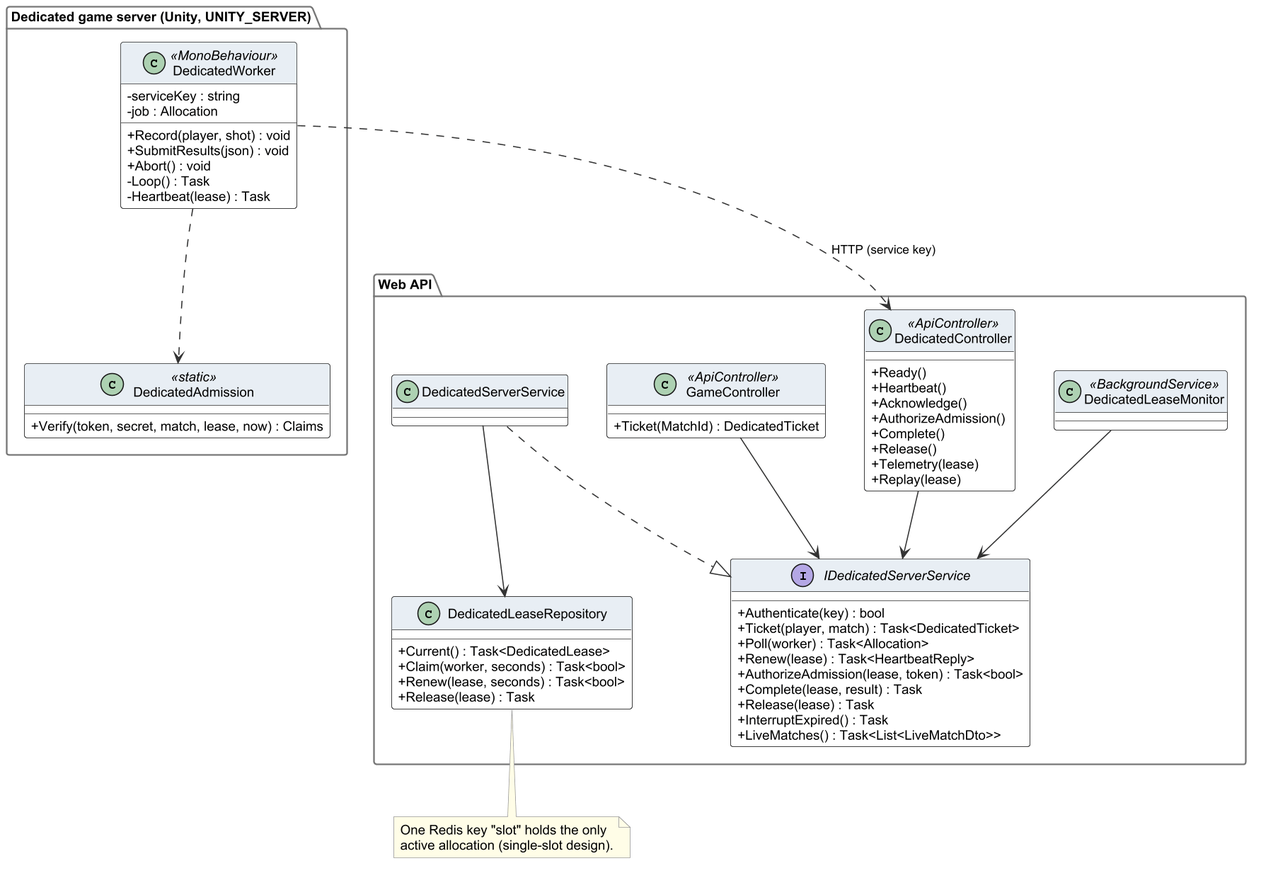
This is Doc/Project_report/Report/diagrams/png/r4_cls_dedicated.png from Tad-Min/PickleVerse, a PlantUML export, as it was before one commit. The source it was exported from:
```plantuml
@startuml r4_cls_dedicated
!include _style.iuml
skinparam classAttributeIconSize 0
package "Dedicated game server (Unity, UNITY_SERVER)" {
  class DedicatedWorker <<MonoBehaviour>> {
    - serviceKey : string
    - job : Allocation
    + Record(player, shot) : void
    + SubmitResults(json) : void
    + Abort() : void
    - Loop() : Task
    - Heartbeat(lease) : Task
  }
  class DedicatedAdmission <<static>> {
    + Verify(token, secret, match, lease, now) : Claims
  }
}
package "Web API" {
  class DedicatedController <<ApiController>> {
    + Ready()
    + Heartbeat()
    + Acknowledge()
    + AuthorizeAdmission()
    + Complete()
    + Release()
    + Telemetry(lease)
    + Replay(lease)
  }
  class GameController <<ApiController>> {
    + Ticket(MatchId) : DedicatedTicket
  }
  interface IDedicatedServerService {
    + Authenticate(key) : bool
    + Ticket(player, match) : Task<DedicatedTicket>
    + Poll(worker) : Task<Allocation>
    + Renew(lease) : Task<HeartbeatReply>
    + AuthorizeAdmission(lease, token) : Task<bool>
    + Complete(lease, result) : Task
    + Release(lease) : Task
    + InterruptExpired() : Task
    + LiveMatches() : Task<List<LiveMatchDto>>
  }
  class DedicatedServerService
  class DedicatedLeaseRepository {
    + Current() : Task<DedicatedLease>
    + Claim(worker, seconds) : Task<bool>
    + Renew(lease, seconds) : Task<bool>
    + Release(lease) : Task
  }
  class DedicatedLeaseMonitor <<BackgroundService>>
}
DedicatedWorker ..> DedicatedController : HTTP (service key)
DedicatedWorker ..> DedicatedAdmission
GameController --> IDedicatedServerService
DedicatedController --> IDedicatedServerService
DedicatedServerService ..|> IDedicatedServerService
DedicatedServerService --> DedicatedLeaseRepository
DedicatedLeaseMonitor --> IDedicatedServerService
note bottom of DedicatedLeaseRepository : One Redis key "slot" holds the only\nactive allocation (single-slot design).
@enduml
```
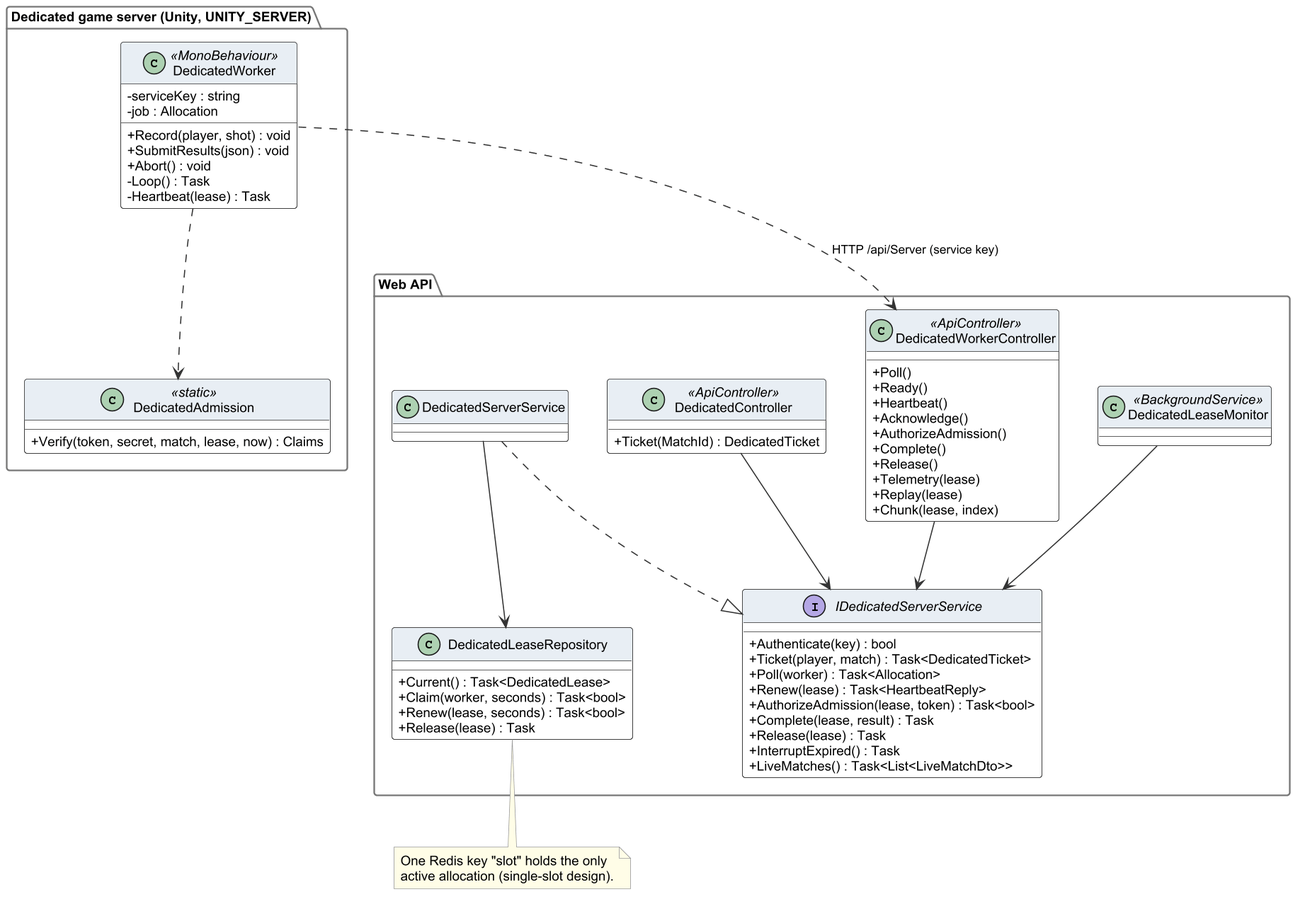
Later version of the same file.

The edit, as a diff of the source:
```diff
@@ -16,7 +16,8 @@
   }
 }
 package "Web API" {
-  class DedicatedController <<ApiController>> {
+  class DedicatedWorkerController <<ApiController>> {
+    + Poll()
     + Ready()
     + Heartbeat()
     + Acknowledge()
@@ -25,8 +26,9 @@
     + Release()
     + Telemetry(lease)
     + Replay(lease)
+    + Chunk(lease, index)
   }
-  class GameController <<ApiController>> {
+  class DedicatedController <<ApiController>> {
     + Ticket(MatchId) : DedicatedTicket
   }
   interface IDedicatedServerService {
@@ -49,10 +51,10 @@
   }
   class DedicatedLeaseMonitor <<BackgroundService>>
 }
-DedicatedWorker ..> DedicatedController : HTTP (service key)
+DedicatedWorker ..> DedicatedWorkerController : HTTP /api/Server (service key)
 DedicatedWorker ..> DedicatedAdmission
-GameController --> IDedicatedServerService
 DedicatedController --> IDedicatedServerService
+DedicatedWorkerController --> IDedicatedServerService
 DedicatedServerService ..|> IDedicatedServerService
 DedicatedServerService --> DedicatedLeaseRepository
 DedicatedLeaseMonitor --> IDedicatedServerService
```
